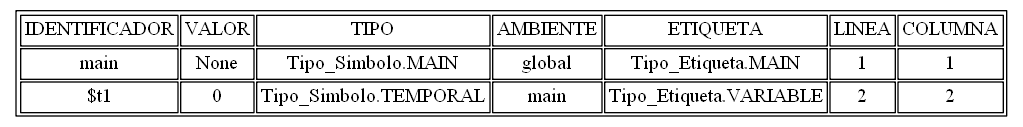
AndreeAvalos/OLC2-AUGUS keeps this Graphviz diagram as tablasimbolos.png. Above is the earlier version. Its source is kept beside it as tablasimbolos.dot. The source it was exported from:
```dot
digraph tabla{
graph [ratio=fill];node [label="\N", fontsize=15, shape=plaintext];
graph [bb="0,0,352,154"];
arset [label=<<TABLE ALIGN="LEFT">
<TR><TD>IDENTIFICADOR</TD><TD>VALOR</TD><TD>TIPO</TD><TD>AMBIENTE</TD><TD>ETIQUETA</TD><TD>LINEA</TD><TD>COLUMNA</TD></TR>
<TR><TD>main</TD><TD>None</TD><TD>Tipo_Simbolo.MAIN</TD><TD>global</TD><TD>Tipo_Etiqueta.MAIN</TD><TD>1</TD><TD>1</TD></TR>
<TR><TD>$t1</TD><TD>0</TD><TD>Tipo_Simbolo.TEMPORAL</TD><TD>main</TD><TD>Tipo_Etiqueta.VARIABLE</TD><TD>2</TD><TD>2</TD></TR>
</TABLE>
>, ];
}
```
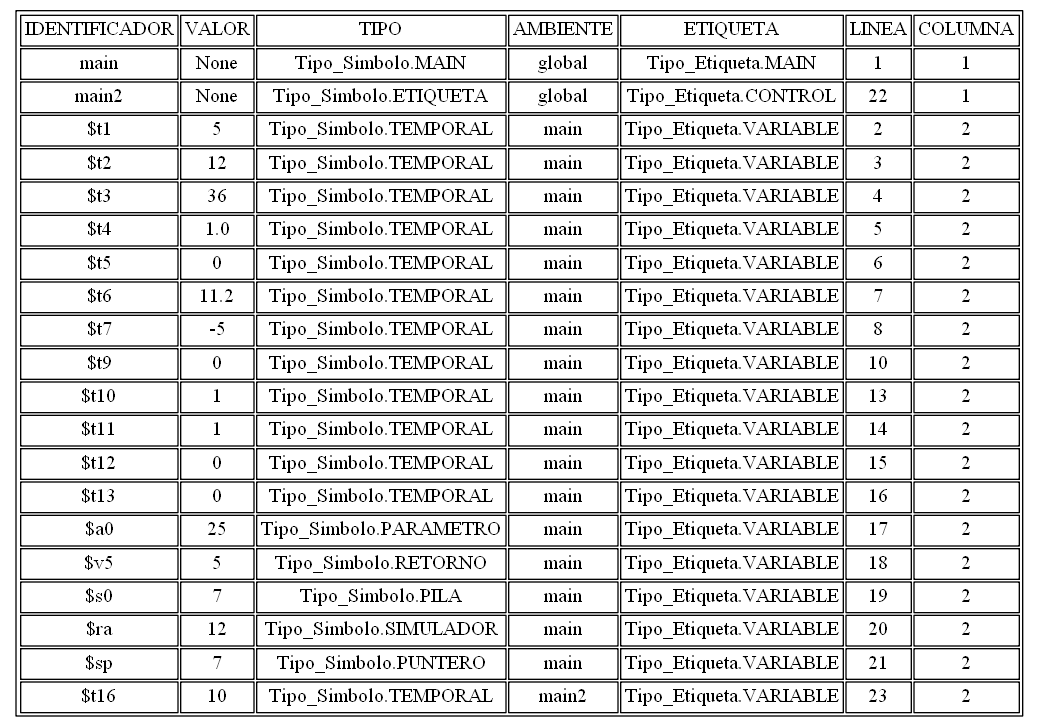
The same diagram one commit later.

Diff of the diagram source:
```diff
@@ -4,7 +4,25 @@
 arset [label=<<TABLE ALIGN="LEFT">
 <TR><TD>IDENTIFICADOR</TD><TD>VALOR</TD><TD>TIPO</TD><TD>AMBIENTE</TD><TD>ETIQUETA</TD><TD>LINEA</TD><TD>COLUMNA</TD></TR>
 <TR><TD>main</TD><TD>None</TD><TD>Tipo_Simbolo.MAIN</TD><TD>global</TD><TD>Tipo_Etiqueta.MAIN</TD><TD>1</TD><TD>1</TD></TR>
-<TR><TD>$t1</TD><TD>0</TD><TD>Tipo_Simbolo.TEMPORAL</TD><TD>main</TD><TD>Tipo_Etiqueta.VARIABLE</TD><TD>2</TD><TD>2</TD></TR>
+<TR><TD>main2</TD><TD>None</TD><TD>Tipo_Simbolo.ETIQUETA</TD><TD>global</TD><TD>Tipo_Etiqueta.CONTROL</TD><TD>22</TD><TD>1</TD></TR>
+<TR><TD>$t1</TD><TD>5</TD><TD>Tipo_Simbolo.TEMPORAL</TD><TD>main</TD><TD>Tipo_Etiqueta.VARIABLE</TD><TD>2</TD><TD>2</TD></TR>
+<TR><TD>$t2</TD><TD>12</TD><TD>Tipo_Simbolo.TEMPORAL</TD><TD>main</TD><TD>Tipo_Etiqueta.VARIABLE</TD><TD>3</TD><TD>2</TD></TR>
+<TR><TD>$t3</TD><TD>36</TD><TD>Tipo_Simbolo.TEMPORAL</TD><TD>main</TD><TD>Tipo_Etiqueta.VARIABLE</TD><TD>4</TD><TD>2</TD></TR>
+<TR><TD>$t4</TD><TD>1.0</TD><TD>Tipo_Simbolo.TEMPORAL</TD><TD>main</TD><TD>Tipo_Etiqueta.VARIABLE</TD><TD>5</TD><TD>2</TD></TR>
+<TR><TD>$t5</TD><TD>0</TD><TD>Tipo_Simbolo.TEMPORAL</TD><TD>main</TD><TD>Tipo_Etiqueta.VARIABLE</TD><TD>6</TD><TD>2</TD></TR>
+<TR><TD>$t6</TD><TD>11.2</TD><TD>Tipo_Simbolo.TEMPORAL</TD><TD>main</TD><TD>Tipo_Etiqueta.VARIABLE</TD><TD>7</TD><TD>2</TD></TR>
+<TR><TD>$t7</TD><TD>-5</TD><TD>Tipo_Simbolo.TEMPORAL</TD><TD>main</TD><TD>Tipo_Etiqueta.VARIABLE</TD><TD>8</TD><TD>2</TD></TR>
+<TR><TD>$t9</TD><TD>0</TD><TD>Tipo_Simbolo.TEMPORAL</TD><TD>main</TD><TD>Tipo_Etiqueta.VARIABLE</TD><TD>10</TD><TD>2</TD></TR>
+<TR><TD>$t10</TD><TD>1</TD><TD>Tipo_Simbolo.TEMPORAL</TD><TD>main</TD><TD>Tipo_Etiqueta.VARIABLE</TD><TD>13</TD><TD>2</TD></TR>
+<TR><TD>$t11</TD><TD>1</TD><TD>Tipo_Simbolo.TEMPORAL</TD><TD>main</TD><TD>Tipo_Etiqueta.VARIABLE</TD><TD>14</TD><TD>2</TD></TR>
+<TR><TD>$t12</TD><TD>0</TD><TD>Tipo_Simbolo.TEMPORAL</TD><TD>main</TD><TD>Tipo_Etiqueta.VARIABLE</TD><TD>15</TD><TD>2</TD></TR>
+<TR><TD>$t13</TD><TD>0</TD><TD>Tipo_Simbolo.TEMPORAL</TD><TD>main</TD><TD>Tipo_Etiqueta.VARIABLE</TD><TD>16</TD><TD>2</TD></TR>
+<TR><TD>$a0</TD><TD>25</TD><TD>Tipo_Simbolo.PARAMETRO</TD><TD>main</TD><TD>Tipo_Etiqueta.VARIABLE</TD><TD>17</TD><TD>2</TD></TR>
+<TR><TD>$v5</TD><TD>5</TD><TD>Tipo_Simbolo.RETORNO</TD><TD>main</TD><TD>Tipo_Etiqueta.VARIABLE</TD><TD>18</TD><TD>2</TD></TR>
+<TR><TD>$s0</TD><TD>7</TD><TD>Tipo_Simbolo.PILA</TD><TD>main</TD><TD>Tipo_Etiqueta.VARIABLE</TD><TD>19</TD><TD>2</TD></TR>
+<TR><TD>$ra</TD><TD>12</TD><TD>Tipo_Simbolo.SIMULADOR</TD><TD>main</TD><TD>Tipo_Etiqueta.VARIABLE</TD><TD>20</TD><TD>2</TD></TR>
+<TR><TD>$sp</TD><TD>7</TD><TD>Tipo_Simbolo.PUNTERO</TD><TD>main</TD><TD>Tipo_Etiqueta.VARIABLE</TD><TD>21</TD><TD>2</TD></TR>
+<TR><TD>$t16</TD><TD>10</TD><TD>Tipo_Simbolo.TEMPORAL</TD><TD>main2</TD><TD>Tipo_Etiqueta.VARIABLE</TD><TD>23</TD><TD>2</TD></TR>
 </TABLE>
 >, ];
 }
```
